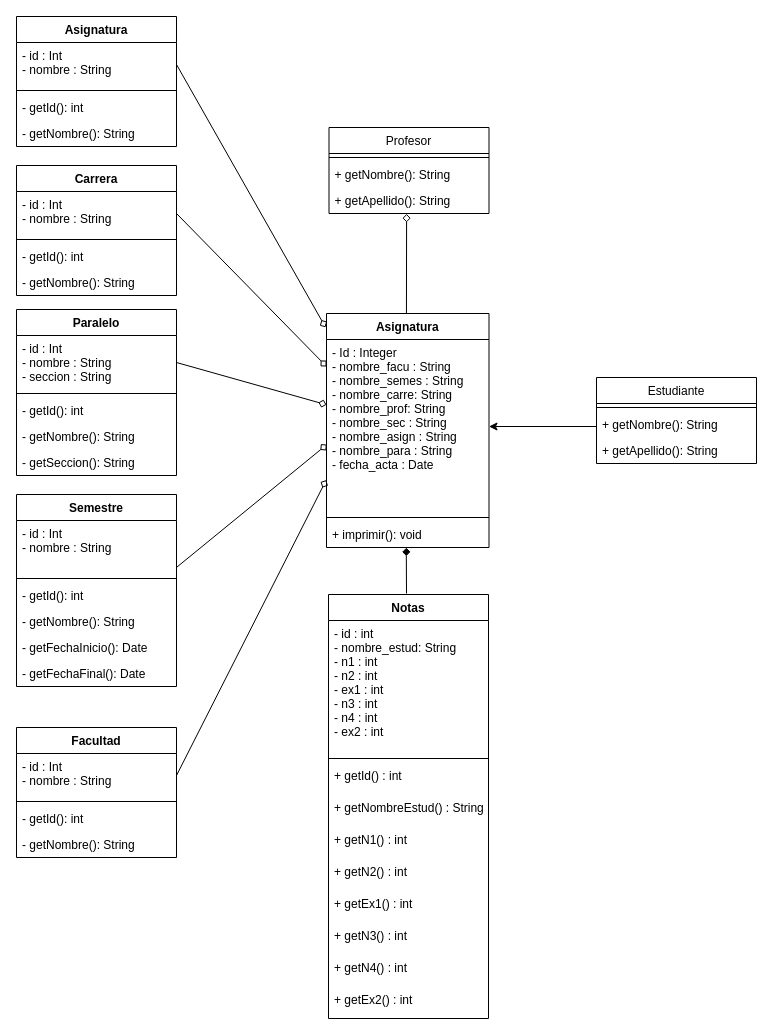
The draw.io diagram Taller 1/diseño/diagrama.drawio in aterana3/Python-4to-semestre, before the edit. Source tidied: cells renumbered, new cells numbered last; positions are measured from the earlier drawing's top-left corner, leaving out a move shared by most shapes. Both pictures are drawn from the tidied source at 100%, with x=0, y=0 at pixel (16, 16).
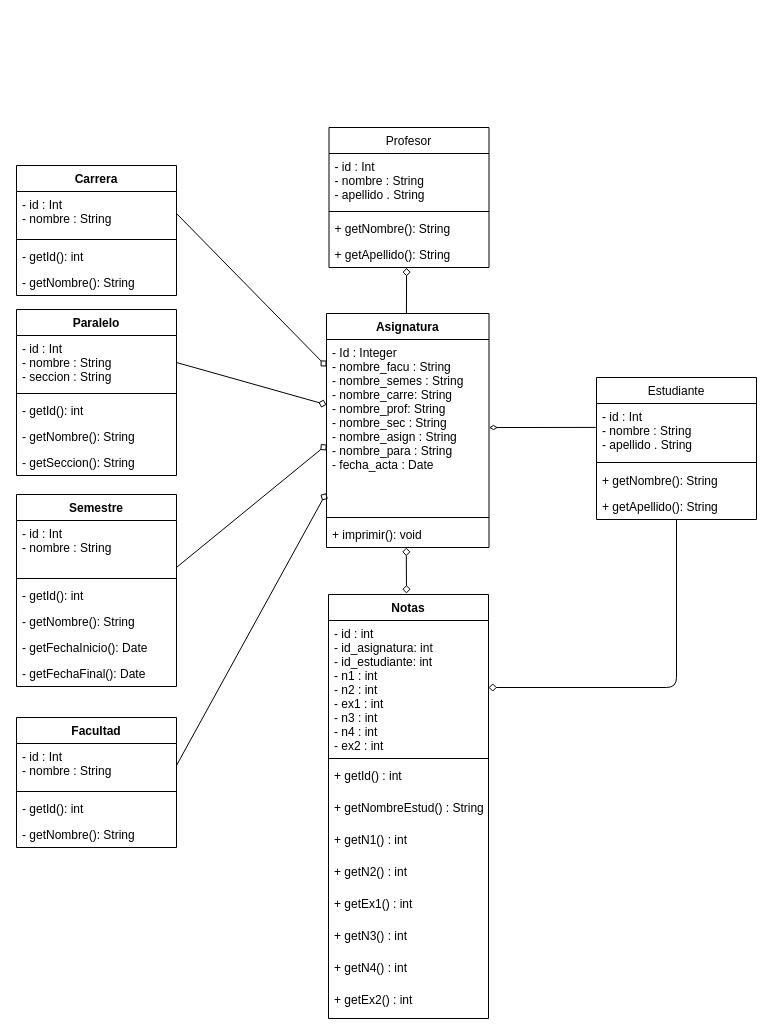
The same page after the edit.

The change refers to these unchanged cells:
```xml
<mxCell id="2" value="Notas" style="swimlane;fontStyle=1;align=center;verticalAlign=top;horizontal=1;startSize=26;" parent="1" vertex="1">
  <mxGeometry x="312" y="578" width="160" height="424" as="geometry" />
</mxCell>
<mxCell id="22" value="Asignatura" style="swimlane;fontStyle=1;align=center;verticalAlign=top;horizontal=1;startSize=26;" parent="1" vertex="1">
  <mxGeometry x="310" y="297" width="162.5" height="234" as="geometry" />
</mxCell>
<mxCell id="23" value="- Id : Integer&#10;- nombre_facu : String&#10;- nombre_semes : String&#10;- nombre_carre: String&#10;- nombre_prof: String&#10;- nombre_sec : String&#10;- nombre_asign : String&#10;- nombre_para : String&#10;- fecha_acta : Date&#10;" style="text;strokeColor=none;fillColor=none;align=left;verticalAlign=top;spacingLeft=4;spacingRight=4;overflow=hidden;points=[[0,0.5],[1,0.5]];portConstraint=eastwest;" parent="22" vertex="1">
  <mxGeometry y="26" width="162.5" height="174" as="geometry" />
</mxCell>
<mxCell id="25" value="+ imprimir(): void" style="text;strokeColor=none;fillColor=none;align=left;verticalAlign=top;spacingLeft=4;spacingRight=4;overflow=hidden;points=[[0,0.5],[1,0.5]];portConstraint=eastwest;" parent="22" vertex="1">
  <mxGeometry y="208" width="162.5" height="26" as="geometry" />
</mxCell>
<mxCell id="41" value="- id : Int&#10;- nombre : String" style="text;strokeColor=none;fillColor=none;align=left;verticalAlign=top;spacingLeft=4;spacingRight=4;overflow=hidden;points=[[0,0.5],[1,0.5]];portConstraint=eastwest;" parent="40" vertex="1">
  <mxGeometry y="26" width="160" height="44" as="geometry" />
</mxCell>
```

Diff of the diagram source:
```diff
@@
-    <mxCell id="3" value="- id : int&#10;- nombre_estud: String&#10;- n1 : int&#10;- n2 : int&#10;- ex1 : int&#10;- n3 : int&#10;- n4 : int&#10;- ex2 : int &#10;" style="text;strokeColor=none;fillColor=none;align=left;verticalAlign=top;spacingLeft=4;spacingRight=4;overflow=hidden;points=[[0,0.5],[1,0.5]];portConstraint=eastwest;" parent="2" vertex="1">
+    <mxCell id="3" value="- id : int&#10;- id_asignatura: int&#10;- id_estudiante: int&#10;- n1 : int&#10;- n2 : int&#10;- ex1 : int&#10;- n3 : int&#10;- n4 : int&#10;- ex2 : int &#10;" style="text;strokeColor=none;fillColor=none;align=left;verticalAlign=top;spacingLeft=4;spacingRight=4;overflow=hidden;points=[[0,0.5],[1,0.5]];portConstraint=eastwest;" parent="2" vertex="1">
       <mxGeometry y="26" width="160" height="134" as="geometry" />
     </mxCell>
@@
     <mxCell id="13" value="Profesor" style="swimlane;fontStyle=0;align=center;verticalAlign=top;horizontal=1;startSize=26;" parent="1" vertex="1">
-      <mxGeometry x="312.5" y="111" width="160" height="86" as="geometry" />
+      <mxGeometry x="312.5" y="111" width="160" height="140" as="geometry" />
     </mxCell>
+    <mxCell id="61" value="- id : Int&#10;- nombre : String&#10;- apellido . String" style="text;strokeColor=none;fillColor=none;align=left;verticalAlign=top;spacingLeft=4;spacingRight=4;overflow=hidden;" parent="13" vertex="1">
+      <mxGeometry y="26" width="160" height="54" as="geometry" />
+    </mxCell>
     <mxCell id="14" style="line;strokeWidth=1;fillColor=none;align=left;verticalAlign=middle;spacingTop=-1;spacingLeft=3;spacingRight=3;labelPosition=right;strokeColor=inherit;" parent="13" vertex="1">
-      <mxGeometry y="26" width="160" height="8" as="geometry" />
+      <mxGeometry y="80" width="160" height="8" as="geometry" />
     </mxCell>
     <mxCell id="15" value="+ getNombre(): String" style="text;strokeColor=none;fillColor=none;align=left;verticalAlign=top;spacingLeft=4;spacingRight=4;overflow=hidden;" parent="13" vertex="1">
-      <mxGeometry y="34" width="160" height="26" as="geometry" />
+      <mxGeometry y="88" width="160" height="26" as="geometry" />
     </mxCell>
     <mxCell id="16" value="+ getApellido(): String" style="text;strokeColor=none;fillColor=none;align=left;verticalAlign=top;spacingLeft=4;spacingRight=4;overflow=hidden;points=[[0,0.5],[1,0.5]];portConstraint=eastwest;" parent="13" vertex="1">
-      <mxGeometry y="60" width="160" height="26" as="geometry" />
+      <mxGeometry y="114" width="160" height="26" as="geometry" />
     </mxCell>
+    <mxCell id="62" style="edgeStyle=none;html=1;exitX=0.5;exitY=1;exitDx=0;exitDy=0;endArrow=diamond;endFill=0;entryX=1;entryY=0.5;entryDx=0;entryDy=0;" parent="1" edge="1" source="17" target="3">
+      <mxGeometry relative="1" as="geometry">
+        <Array as="points">
+          <mxPoint x="660" y="671" />
+        </Array>
+      </mxGeometry>
+    </mxCell>
     <mxCell id="17" value="Estudiante" style="swimlane;fontStyle=0;align=center;verticalAlign=top;horizontal=1;startSize=26;" parent="1" vertex="1">
-      <mxGeometry x="580" y="361" width="160" height="86" as="geometry" />
+      <mxGeometry x="580" y="361" width="160" height="142" as="geometry" />
     </mxCell>
+    <mxCell id="63" value="- id : Int&#10;- nombre : String&#10;- apellido . String" style="text;strokeColor=none;fillColor=none;align=left;verticalAlign=top;spacingLeft=4;spacingRight=4;overflow=hidden;points=[[0,0.5],[1,0.5]];portConstraint=eastwest;" parent="17" vertex="1">
+      <mxGeometry y="26" width="160" height="54" as="geometry" />
+    </mxCell>
     <mxCell id="18" style="line;strokeWidth=1;fillColor=none;align=left;verticalAlign=middle;spacingTop=-1;spacingLeft=3;spacingRight=3;labelPosition=right;strokeColor=inherit;" parent="17" vertex="1">
-      <mxGeometry y="26" width="160" height="8" as="geometry" />
+      <mxGeometry y="80" width="160" height="10" as="geometry" />
     </mxCell>
     <mxCell id="19" value="+ getNombre(): String" style="text;strokeColor=none;fillColor=none;align=left;verticalAlign=top;spacingLeft=4;spacingRight=4;overflow=hidden;points=[[0,0.5],[1,0.5]];portConstraint=eastwest;" parent="17" vertex="1">
-      <mxGeometry y="34" width="160" height="26" as="geometry" />
+      <mxGeometry y="90" width="160" height="26" as="geometry" />
     </mxCell>
     <mxCell id="20" value="+ getApellido(): String" style="text;strokeColor=none;fillColor=none;align=left;verticalAlign=top;spacingLeft=4;spacingRight=4;overflow=hidden;" parent="17" vertex="1">
-      <mxGeometry y="60" width="160" height="26" as="geometry" />
+      <mxGeometry y="116" width="160" height="26" as="geometry" />
     </mxCell>
@@
-    <mxCell id="26" style="edgeStyle=none;html=1;endArrow=diamond;endFill=1;exitX=0.5;exitY=0;exitDx=0;exitDy=0;entryX=0.491;entryY=1.007;entryDx=0;entryDy=0;entryPerimeter=0;" parent="1" edge="1" target="25">
+    <mxCell id="26" style="edgeStyle=none;html=1;endArrow=diamond;endFill=0;exitX=0.5;exitY=0;exitDx=0;exitDy=0;entryX=0.491;entryY=1.007;entryDx=0;entryDy=0;entryPerimeter=0;startArrow=diamond;startFill=0;" parent="1" edge="1" target="25">
       <mxGeometry relative="1" as="geometry">
         <mxPoint x="390" y="577" as="sourcePoint" />
       </mxGeometry>
     </mxCell>
-    <mxCell id="27" value="Asignatura" style="swimlane;fontStyle=1;align=center;verticalAlign=top;horizontal=1;startSize=26;" parent="1" vertex="1">
-      <mxGeometry width="160" height="130" as="geometry" />
-    </mxCell>
-    <mxCell id="28" value="- id : Int&#10;- nombre : String" style="text;strokeColor=none;fillColor=none;align=left;verticalAlign=top;spacingLeft=4;spacingRight=4;overflow=hidden;points=[[0,0.5],[1,0.5]];portConstraint=eastwest;" parent="27" vertex="1">
-      <mxGeometry y="26" width="160" height="44" as="geometry" />
-    </mxCell>
-    <mxCell id="29" style="line;strokeWidth=1;fillColor=none;align=left;verticalAlign=middle;spacingTop=-1;spacingLeft=3;spacingRight=3;labelPosition=right;strokeColor=inherit;" parent="27" vertex="1">
-      <mxGeometry y="70" width="160" height="8" as="geometry" />
-    </mxCell>
-    <mxCell id="30" value="- getId(): int" style="text;strokeColor=none;fillColor=none;align=left;verticalAlign=top;spacingLeft=4;spacingRight=4;overflow=hidden;" parent="27" vertex="1">
-      <mxGeometry y="78" width="160" height="26" as="geometry" />
-    </mxCell>
-    <mxCell id="31" value="- getNombre(): String" style="text;strokeColor=none;fillColor=none;align=left;verticalAlign=top;spacingLeft=4;spacingRight=4;overflow=hidden;" parent="27" vertex="1">
-      <mxGeometry y="104" width="160" height="26" as="geometry" />
-    </mxCell>
@@
     <mxCell id="40" value="Facultad" style="swimlane;fontStyle=1;align=center;verticalAlign=top;horizontal=1;startSize=26;" parent="1" vertex="1">
-      <mxGeometry y="711" width="160" height="130" as="geometry" />
+      <mxGeometry y="701" width="160" height="130" as="geometry" />
     </mxCell>
@@
-    <mxCell id="45" style="edgeStyle=none;html=1;exitX=1;exitY=0.5;exitDx=0;exitDy=0;entryX=-0.002;entryY=0.808;entryDx=0;entryDy=0;entryPerimeter=0;endArrow=diamond;endFill=0;" parent="1" edge="1" source="41" target="23">
+    <mxCell id="45" style="edgeStyle=none;html=1;exitX=1;exitY=0.5;exitDx=0;exitDy=0;entryX=-0.002;entryY=0.883;entryDx=0;entryDy=0;entryPerimeter=0;endArrow=diamond;endFill=0;" parent="1" edge="1" source="41" target="23">
       <mxGeometry relative="1" as="geometry" />
     </mxCell>
@@
-    <mxCell id="58" style="edgeStyle=none;html=1;exitX=1;exitY=0.5;exitDx=0;exitDy=0;entryX=-0.006;entryY=0.059;entryDx=0;entryDy=0;entryPerimeter=0;endArrow=diamond;endFill=0;" parent="1" edge="1" source="28" target="22">
-      <mxGeometry relative="1" as="geometry" />
-    </mxCell>
@@
-    <mxCell id="60" style="edgeStyle=none;html=1;exitX=-0.003;exitY=0.577;exitDx=0;exitDy=0;entryX=1;entryY=0.5;entryDx=0;entryDy=0;exitPerimeter=0;" parent="1" edge="1" source="19" target="23">
+    <mxCell id="60" style="edgeStyle=none;html=1;exitX=-0.004;exitY=0.443;exitDx=0;exitDy=0;entryX=1;entryY=0.506;entryDx=0;entryDy=0;exitPerimeter=0;entryPerimeter=0;endArrow=diamondThin;endFill=0;" parent="1" edge="1" source="63" target="23">
       <mxGeometry relative="1" as="geometry" />
     </mxCell>
```
